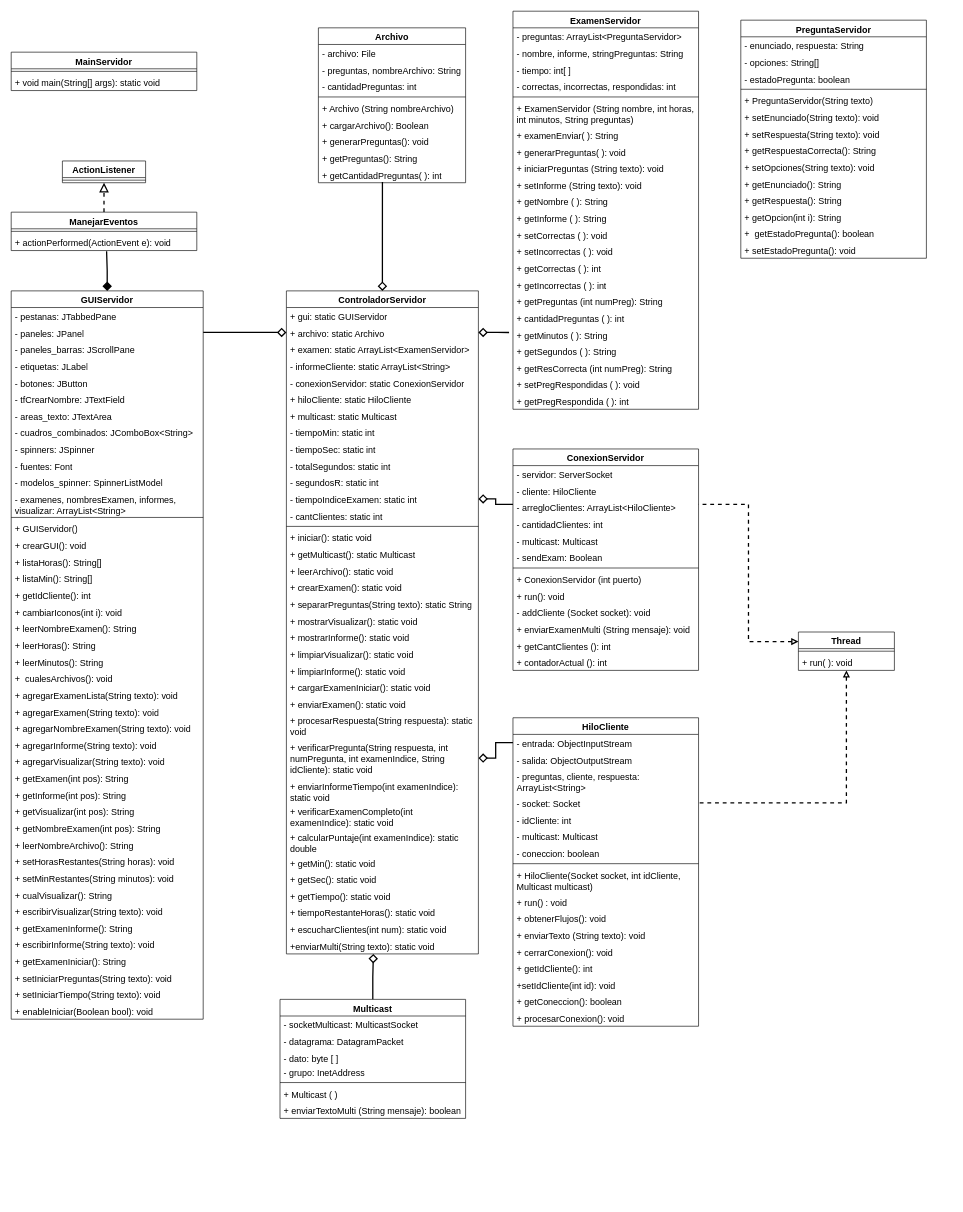
This is Dragrama de Clases.drawio from AngieJoya99/Miniproyecto3Eventos, a draw.io file, before an edit. Source tidied: cells renumbered, new cells numbered last; positions are measured from the earlier drawing's top-left corner, leaving out a move shared by most shapes. Both pictures are drawn from the tidied source at 64%, with x=0, y=0 at pixel (11, 11).
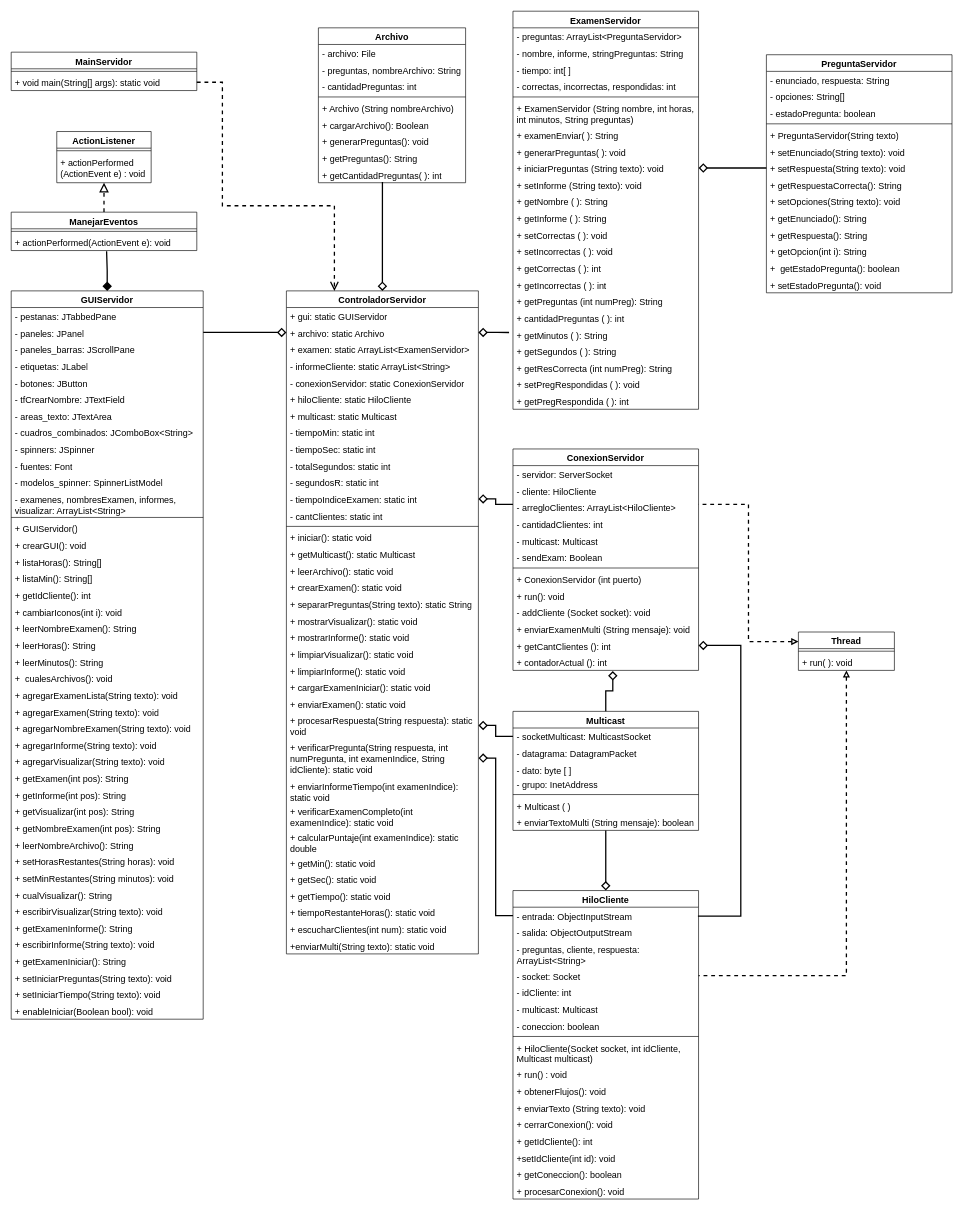
After the change.

Unchanged cells that the change refers to:
```xml
<mxCell id="25" value="+ getCantClientes (): int" style="text;strokeColor=none;fillColor=none;align=left;verticalAlign=top;spacingLeft=4;spacingRight=4;overflow=hidden;points=[[0,0.5],[1,0.5]];portConstraint=eastwest;whiteSpace=wrap;html=1;fontSize=14;" parent="13" vertex="1">
  <mxGeometry y="294" width="290" height="26" as="geometry" />
</mxCell>
<mxCell id="26" value="+ contadorActual (): int" style="text;strokeColor=none;fillColor=none;align=left;verticalAlign=top;spacingLeft=4;spacingRight=4;overflow=hidden;points=[[0,0.5],[1,0.5]];portConstraint=eastwest;whiteSpace=wrap;html=1;fontSize=14;" parent="13" vertex="1">
  <mxGeometry y="320" width="290" height="26" as="geometry" />
</mxCell>
<mxCell id="36" value="+ iniciarPreguntas (String texto): void" style="text;strokeColor=none;fillColor=none;align=left;verticalAlign=top;spacingLeft=4;spacingRight=4;overflow=hidden;points=[[0,0.5],[1,0.5]];portConstraint=eastwest;whiteSpace=wrap;html=1;fontSize=14;" parent="27" vertex="1">
  <mxGeometry y="232" width="290" height="26" as="geometry" />
</mxCell>
<mxCell id="52" value="- entrada: ObjectInputStream" style="text;strokeColor=none;fillColor=none;align=left;verticalAlign=top;spacingLeft=4;spacingRight=4;overflow=hidden;points=[[0,0.5],[1,0.5]];portConstraint=eastwest;whiteSpace=wrap;html=1;fontSize=14;" parent="51" vertex="1">
  <mxGeometry y="26" width="290" height="26" as="geometry" />
</mxCell>
<mxCell id="70" value="- socketMulticast: MulticastSocket" style="text;strokeColor=none;fillColor=none;align=left;verticalAlign=top;spacingLeft=4;spacingRight=4;overflow=hidden;points=[[0,0.5],[1,0.5]];portConstraint=eastwest;whiteSpace=wrap;html=1;fontSize=14;" parent="69" vertex="1">
  <mxGeometry y="26" width="290" height="26" as="geometry" />
</mxCell>
<mxCell id="84" value="+ setRespuesta(String texto): void" style="text;strokeColor=none;fillColor=none;align=left;verticalAlign=top;spacingLeft=4;spacingRight=4;overflow=hidden;points=[[0,0.5],[1,0.5]];portConstraint=eastwest;whiteSpace=wrap;html=1;fontSize=14;" parent="77" vertex="1">
  <mxGeometry y="164" width="290" height="26" as="geometry" />
</mxCell>
<mxCell id="93" value="ManejarEventos" style="swimlane;fontStyle=1;align=center;verticalAlign=top;horizontal=1;startSize=26;whiteSpace=wrap;html=1;fontSize=14;" parent="1" vertex="1">
  <mxGeometry y="314" width="290" height="60" as="geometry" />
</mxCell>
<mxCell id="96" value="ControladorServidor" style="swimlane;fontStyle=1;align=center;verticalAlign=top;horizontal=1;startSize=26;whiteSpace=wrap;html=1;fontSize=14;" parent="1" vertex="1">
  <mxGeometry x="430" y="437" width="300" height="1036" as="geometry" />
</mxCell>
<mxCell id="122" value="+ procesarRespuesta(String respuesta): static void" style="text;strokeColor=none;fillColor=none;align=left;verticalAlign=top;spacingLeft=4;spacingRight=4;overflow=hidden;points=[[0,0.5],[1,0.5]];portConstraint=eastwest;whiteSpace=wrap;html=1;fontSize=14;" parent="96" vertex="1">
  <mxGeometry y="658" width="300" height="42" as="geometry" />
</mxCell>
<mxCell id="132" value="+enviarMulti(String texto): static void" style="text;strokeColor=none;fillColor=none;align=left;verticalAlign=top;spacingLeft=4;spacingRight=4;overflow=hidden;points=[[0,0.5],[1,0.5]];portConstraint=eastwest;whiteSpace=wrap;html=1;fontSize=14;" parent="96" vertex="1">
  <mxGeometry y="1010" width="300" height="26" as="geometry" />
</mxCell>
<mxCell id="135" value="+ void main(String[] args): static void" style="text;strokeColor=none;fillColor=none;align=left;verticalAlign=top;spacingLeft=4;spacingRight=4;overflow=hidden;points=[[0,0.5],[1,0.5]];portConstraint=eastwest;whiteSpace=wrap;html=1;fontSize=14;" parent="133" vertex="1">
  <mxGeometry y="34" width="290" height="26" as="geometry" />
</mxCell>
```

Change to the diagram source:
```diff
@@
+    <mxCell id="193" style="edgeStyle=orthogonalEdgeStyle;rounded=0;jettySize=auto;html=1;exitX=1;exitY=0.5;exitDx=0;exitDy=0;entryX=1;entryY=0.5;entryDx=0;entryDy=0;strokeWidth=2;endSize=10;endArrow=diamond;endFill=0;" parent="1" edge="1" source="52" target="25">
+      <mxGeometry relative="1" as="geometry">
+        <Array as="points">
+          <mxPoint x="1074" y="1414" />
+          <mxPoint x="1140" y="1414" />
+          <mxPoint x="1140" y="991" />
+        </Array>
+      </mxGeometry>
+    </mxCell>
     <mxCell id="51" value="HiloCliente" style="swimlane;fontStyle=1;align=center;verticalAlign=top;horizontal=1;startSize=26;whiteSpace=wrap;html=1;fontSize=14;" parent="1" vertex="1">
-      <mxGeometry x="784" y="1104" width="290" height="482" as="geometry" />
+      <mxGeometry x="784" y="1374" width="290" height="482" as="geometry" />
     </mxCell>
@@
+    <mxCell id="194" style="edgeStyle=orthogonalEdgeStyle;rounded=0;jettySize=auto;html=1;exitX=0.5;exitY=1;exitDx=0;exitDy=0;entryX=0.5;entryY=0;entryDx=0;entryDy=0;strokeWidth=2;endSize=10;endArrow=diamond;endFill=0;" parent="1" edge="1" source="69" target="51">
+      <mxGeometry relative="1" as="geometry" />
+    </mxCell>
     <mxCell id="69" value="Multicast" style="swimlane;fontStyle=1;align=center;verticalAlign=top;horizontal=1;startSize=26;whiteSpace=wrap;html=1;fontSize=14;" parent="1" vertex="1">
-      <mxGeometry x="420" y="1544" width="290" height="186" as="geometry" />
+      <mxGeometry x="784" y="1094" width="290" height="186" as="geometry" />
     </mxCell>
@@
     <mxCell id="77" value="PreguntaServidor" style="swimlane;fontStyle=1;align=center;verticalAlign=top;horizontal=1;startSize=26;whiteSpace=wrap;html=1;fontSize=14;" parent="1" vertex="1">
-      <mxGeometry x="1140" y="14" width="290" height="372" as="geometry" />
+      <mxGeometry x="1180" y="68" width="290" height="372" as="geometry" />
     </mxCell>
@@
-    <mxCell id="92" style="edgeStyle=orthogonalEdgeStyle;rounded=0;jettySize=auto;html=1;exitX=0.5;exitY=0;exitDx=0;exitDy=0;entryX=0.5;entryY=1;entryDx=0;entryDy=0;strokeWidth=2;dashed=1;endArrow=block;endFill=0;endSize=10;" parent="1" edge="1" source="93" target="141">
-      <mxGeometry relative="1" as="geometry" />
+    <mxCell id="92" style="edgeStyle=orthogonalEdgeStyle;rounded=0;jettySize=auto;html=1;exitX=0.5;exitY=0;exitDx=0;exitDy=0;entryX=0.5;entryY=1;entryDx=0;entryDy=0;strokeWidth=2;dashed=1;endArrow=block;endFill=0;endSize=10;" parent="1" edge="1" source="93">
+      <mxGeometry relative="1" as="geometry">
+        <mxPoint x="145" y="268" as="targetPoint" />
+      </mxGeometry>
     </mxCell>
@@
-    <mxCell id="141" value="ActionListener" style="swimlane;fontStyle=1;align=center;verticalAlign=top;horizontal=1;startSize=26;whiteSpace=wrap;html=1;fontSize=14;" parent="1" vertex="1">
-      <mxGeometry x="80" y="234" width="130" height="34" as="geometry" />
-    </mxCell>
-    <mxCell id="142" style="line;strokeWidth=1;fillColor=none;align=left;verticalAlign=middle;spacingTop=-1;spacingLeft=3;spacingRight=3;labelPosition=right;strokeColor=inherit;fontSize=14;" parent="141" vertex="1">
-      <mxGeometry y="26" width="130" height="8" as="geometry" />
-    </mxCell>
@@
-    <mxCell id="190" style="edgeStyle=orthogonalEdgeStyle;rounded=0;jettySize=auto;html=1;exitX=0.5;exitY=0;exitDx=0;exitDy=0;entryX=0.453;entryY=1;entryDx=0;entryDy=0;entryPerimeter=0;endArrow=diamond;endFill=0;endSize=10;strokeWidth=2;" parent="1" edge="1" source="69" target="132">
-      <mxGeometry relative="1" as="geometry" />
-    </mxCell>
@@
+    <mxCell id="195" style="edgeStyle=orthogonalEdgeStyle;rounded=0;jettySize=auto;html=1;exitX=0;exitY=0.5;exitDx=0;exitDy=0;entryX=1;entryY=0.5;entryDx=0;entryDy=0;strokeWidth=2;endSize=10;endArrow=diamond;endFill=0;" parent="1" edge="1" source="84" target="36">
+      <mxGeometry relative="1" as="geometry" />
+    </mxCell>
+    <mxCell id="196" style="edgeStyle=orthogonalEdgeStyle;rounded=0;jettySize=auto;html=1;exitX=1;exitY=0.5;exitDx=0;exitDy=0;entryX=0.25;entryY=0;entryDx=0;entryDy=0;strokeWidth=2;endSize=10;dashed=1;endArrow=open;endFill=0;" parent="1" edge="1" source="135" target="96">
+      <mxGeometry relative="1" as="geometry">
+        <Array as="points">
+          <mxPoint x="330" y="111" />
+          <mxPoint x="330" y="304" />
+          <mxPoint x="505" y="304" />
+        </Array>
+      </mxGeometry>
+    </mxCell>
+    <mxCell id="197" style="edgeStyle=orthogonalEdgeStyle;rounded=0;jettySize=auto;html=1;exitX=0;exitY=0.5;exitDx=0;exitDy=0;entryX=1;entryY=0.5;entryDx=0;entryDy=0;endSize=10;strokeWidth=2;endArrow=diamond;endFill=0;" parent="1" edge="1" source="70" target="122">
+      <mxGeometry relative="1" as="geometry" />
+    </mxCell>
+    <mxCell id="198" style="edgeStyle=orthogonalEdgeStyle;rounded=0;jettySize=auto;html=1;exitX=0.5;exitY=0;exitDx=0;exitDy=0;entryX=0.538;entryY=1.038;entryDx=0;entryDy=0;entryPerimeter=0;endSize=10;endArrow=diamond;endFill=0;strokeWidth=2;" parent="1" edge="1" source="69" target="26">
+      <mxGeometry relative="1" as="geometry" />
+    </mxCell>
+    <mxCell id="141" value="ActionListener" style="swimlane;fontStyle=1;align=center;verticalAlign=top;horizontal=1;startSize=26;whiteSpace=wrap;html=1;fontSize=14;" parent="1" vertex="1">
+      <mxGeometry x="71.2" y="188" width="147.5" height="80" as="geometry" />
+    </mxCell>
+    <mxCell id="199" style="line;strokeWidth=1;fillColor=none;align=left;verticalAlign=middle;spacingTop=-1;spacingLeft=3;spacingRight=3;labelPosition=right;strokeColor=inherit;fontSize=14;" parent="141" vertex="1">
+      <mxGeometry y="26" width="147.5" height="8" as="geometry" />
+    </mxCell>
+    <mxCell id="200" value="+ actionPerformed (ActionEvent e) : void" style="text;strokeColor=none;fillColor=none;align=left;verticalAlign=top;spacingLeft=4;spacingRight=4;overflow=hidden;whiteSpace=wrap;html=1;fontSize=14;" parent="141" vertex="1">
+      <mxGeometry y="34" width="147.5" height="46" as="geometry" />
+    </mxCell>
```
